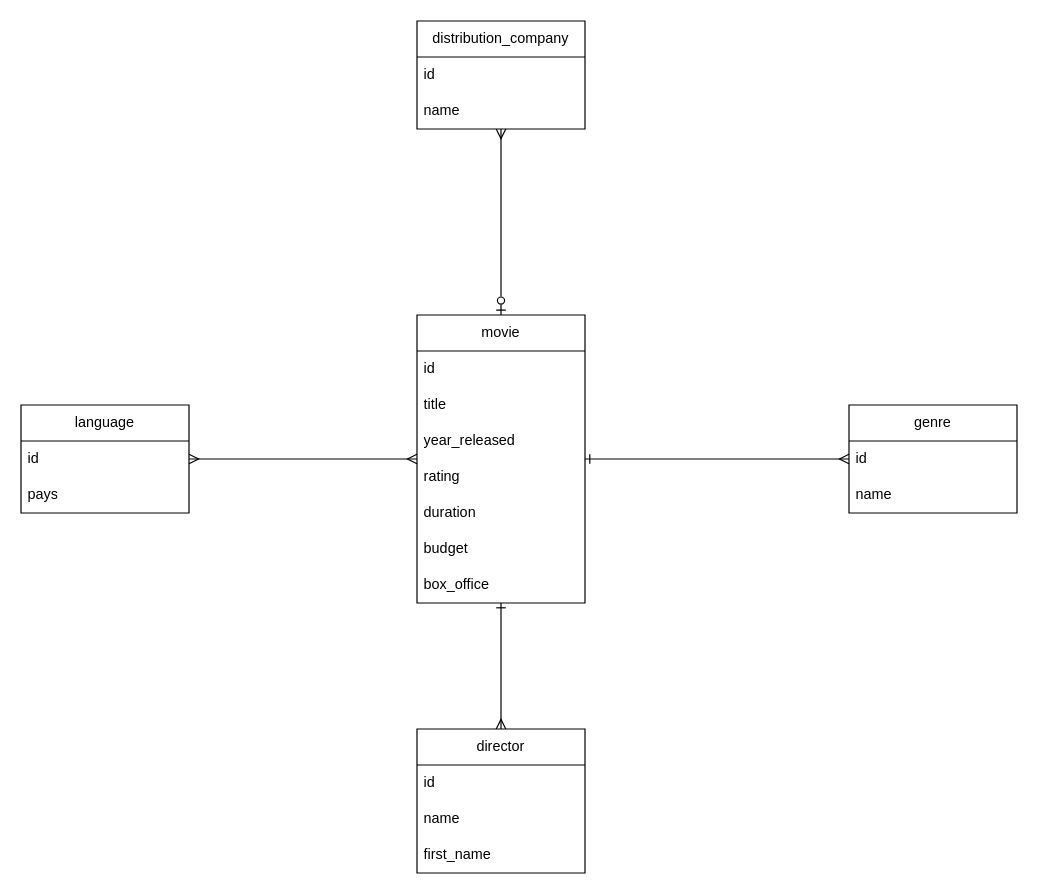
Before: MLD.drawio in morganb75/BRIEF04, a draw.io diagram. Source tidied: cells renumbered, new cells numbered last; positions are measured from the earlier drawing's top-left corner, leaving out a move shared by most shapes. Both pictures are drawn from the tidied source at 120%, with x=0, y=0 at pixel (20, 20).
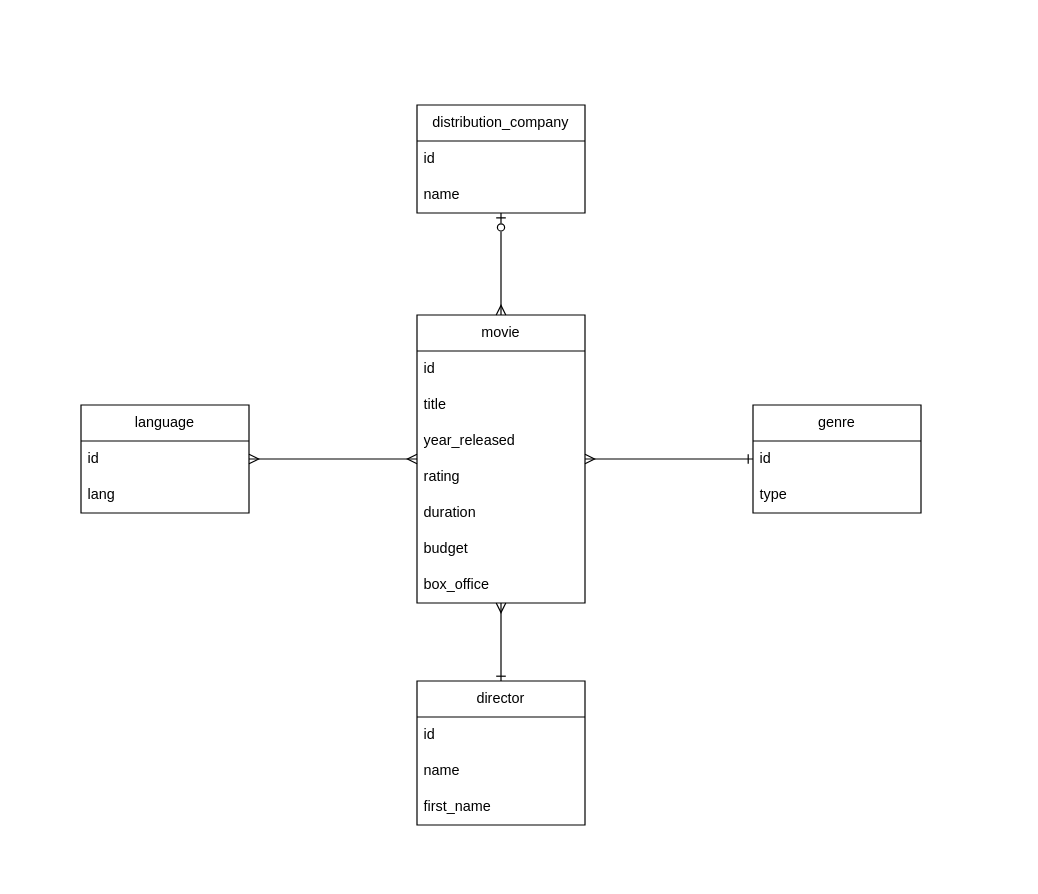
The same page after the edit.

The change refers to these unchanged cells:
```xml
<mxCell id="5" value="movie" style="swimlane;fontStyle=0;horizontal=1;startSize=30;whiteSpace=wrap;html=1;" parent="1" vertex="1">
  <mxGeometry x="330" y="245" width="140" height="240" as="geometry" />
</mxCell>
```

Change to the diagram source:
```diff
@@
-    <mxCell id="2" style="edgeStyle=none;html=1;startArrow=ERone;startFill=0;endArrow=ERmany;endFill=0;" parent="1" edge="1" source="5" target="24">
+    <mxCell id="2" style="edgeStyle=none;html=1;startArrow=ERmany;startFill=0;endArrow=ERone;endFill=0;" parent="1" edge="1" source="5" target="24">
       <mxGeometry relative="1" as="geometry" />
     </mxCell>
@@
-    <mxCell id="4" style="edgeStyle=none;html=1;startArrow=ERone;startFill=0;endArrow=ERmany;endFill=0;" parent="1" edge="1" source="5" target="20">
+    <mxCell id="4" style="edgeStyle=none;html=1;startArrow=ERmany;startFill=0;endArrow=ERone;endFill=0;" parent="1" edge="1" source="5" target="20">
       <mxGeometry relative="1" as="geometry" />
     </mxCell>
@@
     <mxCell id="13" value="language" style="swimlane;fontStyle=0;horizontal=1;startSize=30;whiteSpace=wrap;html=1;" parent="1" vertex="1">
-      <mxGeometry y="320" width="140" height="90" as="geometry" />
+      <mxGeometry x="50" y="320" width="140" height="90" as="geometry" />
     </mxCell>
@@
-    <mxCell id="15" value="pays" style="text;strokeColor=none;fillColor=none;align=left;verticalAlign=middle;spacingLeft=4;spacingRight=4;overflow=hidden;whiteSpace=wrap;html=1;" parent="13" vertex="1">
+    <mxCell id="15" value="lang" style="text;strokeColor=none;fillColor=none;align=left;verticalAlign=middle;spacingLeft=4;spacingRight=4;overflow=hidden;whiteSpace=wrap;html=1;" parent="13" vertex="1">
       <mxGeometry y="60" width="140" height="30" as="geometry" />
     </mxCell>
-    <mxCell id="16" style="edgeStyle=none;html=1;entryX=0.5;entryY=0;entryDx=0;entryDy=0;endArrow=ERzeroToOne;endFill=0;startArrow=ERmany;startFill=0;" parent="1" edge="1" source="17" target="5">
+    <mxCell id="16" style="edgeStyle=none;html=1;entryX=0.5;entryY=0;entryDx=0;entryDy=0;endArrow=ERmany;endFill=0;startArrow=ERzeroToOne;startFill=0;" parent="1" edge="1" source="17" target="5">
       <mxGeometry relative="1" as="geometry" />
     </mxCell>
     <mxCell id="17" value="distribution_company" style="swimlane;fontStyle=0;horizontal=1;startSize=30;whiteSpace=wrap;html=1;" parent="1" vertex="1">
-      <mxGeometry x="330" width="140" height="90" as="geometry" />
+      <mxGeometry x="330" y="70" width="140" height="90" as="geometry" />
     </mxCell>
@@
     <mxCell id="20" value="director" style="swimlane;fontStyle=0;horizontal=1;startSize=30;whiteSpace=wrap;html=1;" parent="1" vertex="1">
-      <mxGeometry x="330" y="590" width="140" height="120" as="geometry" />
+      <mxGeometry x="330" y="550" width="140" height="120" as="geometry" />
     </mxCell>
@@
     <mxCell id="24" value="genre" style="swimlane;fontStyle=0;horizontal=1;startSize=30;whiteSpace=wrap;html=1;" parent="1" vertex="1">
-      <mxGeometry x="690" y="320" width="140" height="90" as="geometry" />
+      <mxGeometry x="610" y="320" width="140" height="90" as="geometry" />
     </mxCell>
@@
-    <mxCell id="26" value="name" style="text;strokeColor=none;fillColor=none;align=left;verticalAlign=middle;spacingLeft=4;spacingRight=4;overflow=hidden;whiteSpace=wrap;html=1;" parent="24" vertex="1">
+    <mxCell id="26" value="type" style="text;strokeColor=none;fillColor=none;align=left;verticalAlign=middle;spacingLeft=4;spacingRight=4;overflow=hidden;whiteSpace=wrap;html=1;" parent="24" vertex="1">
       <mxGeometry y="60" width="140" height="30" as="geometry" />
     </mxCell>
```
